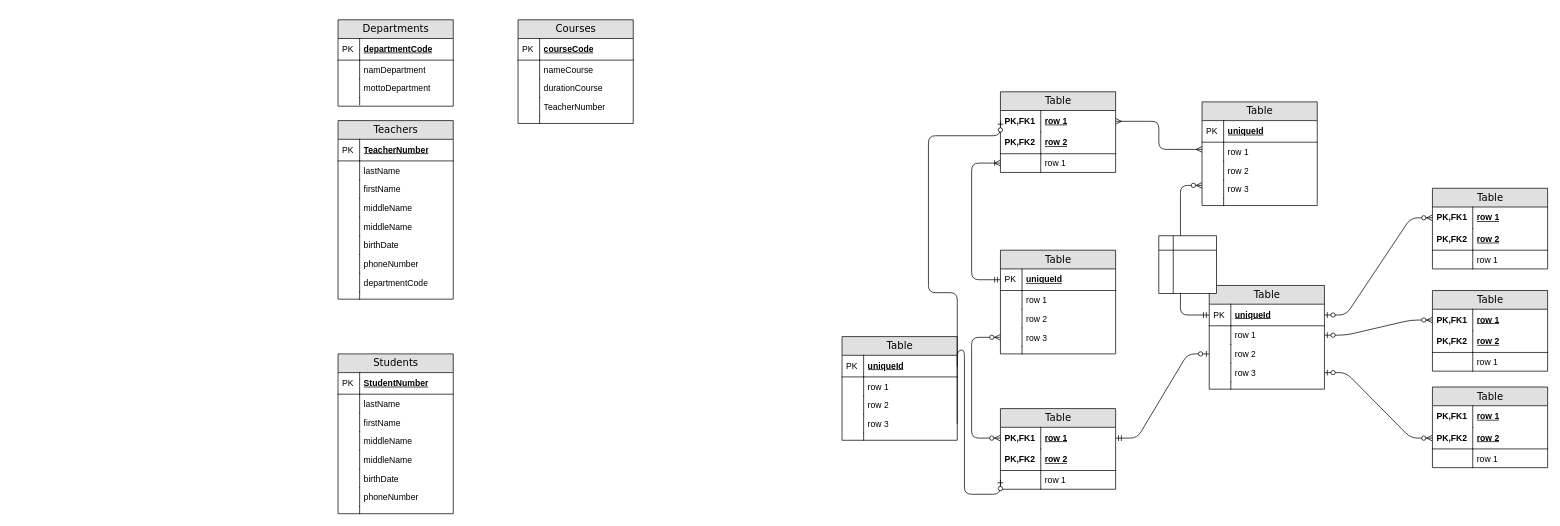
Shookherr/Skillbox keeps this draw.io diagram as page "Page-1" (1 of 2) of Диаграмма без названия.drawio. Above is the earlier version. Source tidied: cells renumbered, new cells numbered last; positions are measured from the earlier drawing's top-left corner, leaving out a move shared by most shapes. Both pictures are drawn from the tidied source at 72%, with x=0, y=0 at pixel (338, 19).
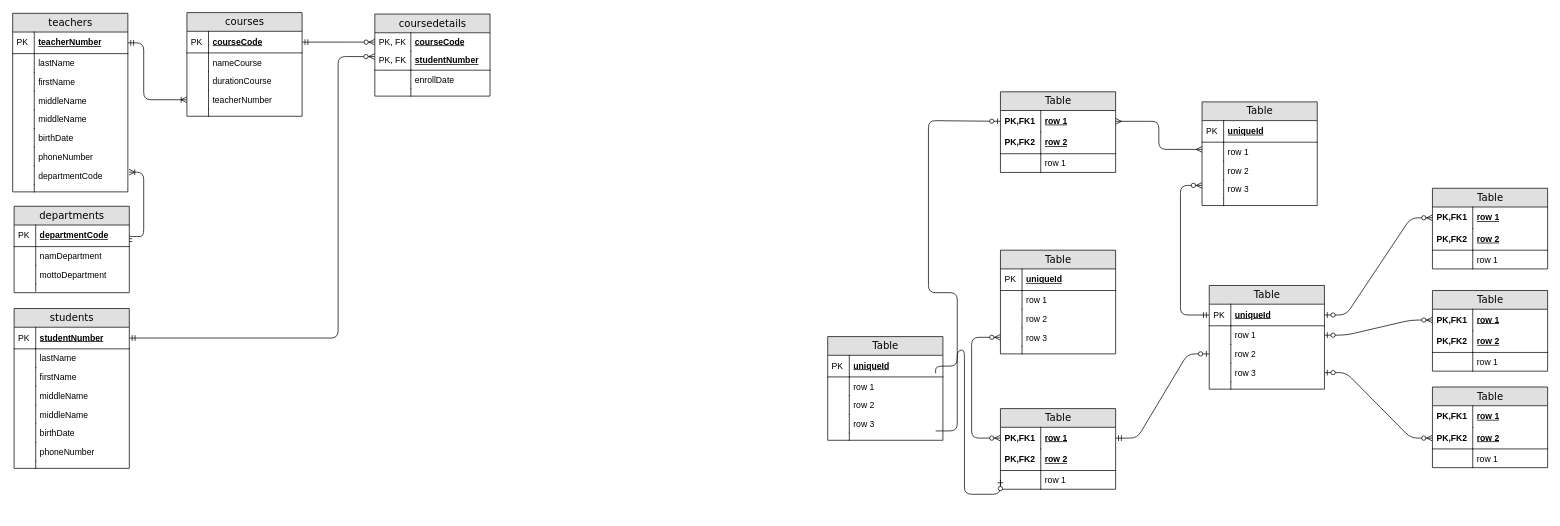
After the change.

Unchanged cells that the change refers to:
```xml
<mxCell id="3" value="row 1" style="shape=partialRectangle;top=0;left=0;right=0;bottom=0;html=1;align=left;verticalAlign=middle;fillColor=none;spacingLeft=60;spacingRight=4;whiteSpace=wrap;overflow=hidden;points=[[0,0.5],[1,0.5]];portConstraint=eastwest;fontStyle=5;" parent="2" vertex="1">
  <mxGeometry y="26" width="160" height="30" as="geometry" />
</mxCell>
<mxCell id="7" value="row 1" style="shape=partialRectangle;top=0;left=0;right=0;bottom=0;html=1;align=left;verticalAlign=top;fillColor=none;spacingLeft=60;spacingRight=4;whiteSpace=wrap;overflow=hidden;points=[[0,0.5],[1,0.5]];portConstraint=eastwest;" parent="2" vertex="1">
  <mxGeometry y="86" width="160" height="26" as="geometry" />
</mxCell>
<mxCell id="21" value="uniqueId" style="shape=partialRectangle;top=0;left=0;right=0;bottom=1;html=1;align=left;verticalAlign=middle;fillColor=none;spacingLeft=34;spacingRight=4;whiteSpace=wrap;overflow=hidden;points=[[0,0.5],[1,0.5]];portConstraint=eastwest;fontStyle=5;" parent="20" vertex="1">
  <mxGeometry y="26" width="160" height="30" as="geometry" />
</mxCell>
<mxCell id="54" value="row 1" style="shape=partialRectangle;top=0;left=0;right=0;bottom=0;html=1;align=left;verticalAlign=top;fillColor=none;spacingLeft=60;spacingRight=4;whiteSpace=wrap;overflow=hidden;points=[[0,0.5],[1,0.5]];portConstraint=eastwest;" parent="49" vertex="1">
  <mxGeometry y="86" width="160" height="26" as="geometry" />
</mxCell>
<mxCell id="79" value="uniqueId" style="shape=partialRectangle;top=0;left=0;right=0;bottom=1;html=1;align=left;verticalAlign=middle;fillColor=none;spacingLeft=34;spacingRight=4;whiteSpace=wrap;overflow=hidden;points=[[0,0.5],[1,0.5]];portConstraint=eastwest;fontStyle=5;" parent="78" vertex="1">
  <mxGeometry y="26" width="160" height="30" as="geometry" />
</mxCell>
<mxCell id="85" value="row 3" style="shape=partialRectangle;top=0;left=0;right=0;bottom=0;html=1;align=left;verticalAlign=top;fillColor=none;spacingLeft=34;spacingRight=4;whiteSpace=wrap;overflow=hidden;points=[[0,0.5],[1,0.5]];portConstraint=eastwest;" parent="78" vertex="1">
  <mxGeometry y="108" width="160" height="26" as="geometry" />
</mxCell>
<mxCell id="93" value="departmentCode" style="shape=partialRectangle;top=0;left=0;right=0;bottom=1;html=1;align=left;verticalAlign=middle;fillColor=none;spacingLeft=34;spacingRight=4;whiteSpace=wrap;overflow=hidden;points=[[0,0.5],[1,0.5]];portConstraint=eastwest;fontStyle=5;" parent="92" vertex="1">
  <mxGeometry y="26" width="160" height="30" as="geometry" />
</mxCell>
<mxCell id="116" value="departmentCode" style="shape=partialRectangle;top=0;left=0;right=0;bottom=0;html=1;align=left;verticalAlign=top;fillColor=none;spacingLeft=34;spacingRight=4;whiteSpace=wrap;overflow=hidden;points=[[0,0.5],[1,0.5]];portConstraint=eastwest;" parent="101" vertex="1">
  <mxGeometry y="212" width="160" height="26" as="geometry" />
</mxCell>
<mxCell id="138" value="courseCode" style="shape=partialRectangle;top=0;left=0;right=0;bottom=1;html=1;align=left;verticalAlign=middle;fillColor=none;spacingLeft=34;spacingRight=4;whiteSpace=wrap;overflow=hidden;points=[[0,0.5],[1,0.5]];portConstraint=eastwest;fontStyle=5;" parent="137" vertex="1">
  <mxGeometry y="26" width="160" height="30" as="geometry" />
</mxCell>
```

Diff of the diagram source:
```diff
@@
-    <mxCell id="56" style="edgeStyle=orthogonalEdgeStyle;html=1;endArrow=ERoneToMany;startArrow=ERmandOne;labelBackgroundColor=none;fontFamily=Verdana;fontSize=14;entryX=0;entryY=0.5;exitX=0;exitY=0.5;" parent="1" edge="1" source="21" target="7">
+    <mxCell id="56" style="edgeStyle=orthogonalEdgeStyle;html=1;endArrow=ERoneToMany;startArrow=ERmandOne;labelBackgroundColor=none;fontFamily=Verdana;fontSize=14;exitX=1;exitY=0.5;exitDx=0;exitDy=0;entryX=1.01;entryY=0.331;entryDx=0;entryDy=0;entryPerimeter=0;" parent="1" edge="1" source="93" target="116">
       <mxGeometry relative="1" as="geometry">
         <Array as="points">
-          <mxPoint x="880" y="361" />
-          <mxPoint x="880" y="199" />
+          <mxPoint x="-269.9" y="301" />
+          <mxPoint x="-269.9" y="211" />
         </Array>
       </mxGeometry>
     </mxCell>
@@
     <mxCell id="78" value="Table" style="swimlane;html=1;fontStyle=0;horizontal=1;startSize=26;fillColor=#e0e0e0;swimlaneFillColor=#ffffff;align=center;rounded=0;shadow=0;comic=0;labelBackgroundColor=none;strokeWidth=1;fontFamily=Verdana;fontSize=14;" parent="1" vertex="1">
-      <mxGeometry x="700" y="440" width="160" height="144" as="geometry" />
+      <mxGeometry x="680.1" y="440" width="160" height="144" as="geometry" />
     </mxCell>
@@
-    <mxCell id="89" style="edgeStyle=orthogonalEdgeStyle;html=1;endArrow=ERzeroToOne;endFill=1;labelBackgroundColor=none;fontFamily=Verdana;fontSize=14;entryX=0;entryY=0.5;exitX=1;exitY=0.5;" parent="1" edge="1" source="79" target="3">
+    <mxCell id="89" style="edgeStyle=orthogonalEdgeStyle;html=1;endArrow=ERzeroToOne;endFill=1;labelBackgroundColor=none;fontFamily=Verdana;fontSize=14;entryX=0;entryY=0.5;exitX=1;exitY=0.5;" parent="1" edge="1" target="3">
       <mxGeometry relative="1" as="geometry">
+        <mxPoint x="830" y="491" as="sourcePoint" />
         <Array as="points">
+          <mxPoint x="860" y="481" />
           <mxPoint x="860" y="379" />
           <mxPoint x="820" y="379" />
-          <mxPoint x="820" y="161" />
-          <mxPoint x="920" y="161" />
+          <mxPoint x="820" y="140" />
+          <mxPoint x="920" y="140" />
         </Array>
       </mxGeometry>
     </mxCell>
-    <mxCell id="90" style="edgeStyle=orthogonalEdgeStyle;html=1;endArrow=ERzeroToOne;endFill=1;labelBackgroundColor=none;fontFamily=Verdana;fontSize=14;entryX=0;entryY=0.5;exitX=1;exitY=0.5;" parent="1" edge="1" source="85" target="54">
+    <mxCell id="90" style="edgeStyle=orthogonalEdgeStyle;html=1;endArrow=ERzeroToOne;endFill=1;labelBackgroundColor=none;fontFamily=Verdana;fontSize=14;entryX=0;entryY=0.5;exitX=1;exitY=0.5;" parent="1" edge="1" target="54">
       <mxGeometry relative="1" as="geometry">
+        <mxPoint x="830" y="571" as="sourcePoint" />
         <Array as="points">
           <mxPoint x="860" y="459" />
           <mxPoint x="870" y="459" />
           <mxPoint x="870" y="659" />
           <mxPoint x="920" y="659" />
         </Array>
       </mxGeometry>
     </mxCell>
-    <mxCell id="91" style="shape=internalStorage;whiteSpace=wrap;html=1;backgroundOutline=1;" parent="1" vertex="1">
-      <mxGeometry x="1140" y="300" width="80" height="80" as="geometry" />
-    </mxCell>
-    <mxCell id="92" value="Departments" style="swimlane;html=1;fontStyle=0;horizontal=1;startSize=26;fillColor=#e0e0e0;swimlaneFillColor=#ffffff;align=center;rounded=0;shadow=0;comic=0;labelBackgroundColor=none;strokeWidth=1;fontFamily=Verdana;fontSize=14;swimlaneLine=1;" parent="1" vertex="1">
-      <mxGeometry width="160" height="120" as="geometry" />
+    <mxCell id="92" value="departments" style="swimlane;html=1;fontStyle=0;horizontal=1;startSize=26;fillColor=#e0e0e0;swimlaneFillColor=#ffffff;align=center;rounded=0;shadow=0;comic=0;labelBackgroundColor=none;strokeWidth=1;fontFamily=Verdana;fontSize=14;swimlaneLine=1;" parent="1" vertex="1">
+      <mxGeometry x="-449.9" y="259" width="160" height="120" as="geometry" />
     </mxCell>
@@
-    <mxCell id="101" value="Teachers" style="swimlane;html=1;fontStyle=0;horizontal=1;startSize=26;fillColor=#e0e0e0;swimlaneFillColor=#ffffff;align=center;rounded=0;shadow=0;comic=0;labelBackgroundColor=none;strokeWidth=1;fontFamily=Verdana;fontSize=14;swimlaneLine=1;" parent="1" vertex="1">
-      <mxGeometry y="140" width="160" height="248" as="geometry" />
+    <mxCell id="101" value="teachers" style="swimlane;html=1;fontStyle=0;horizontal=1;startSize=26;fillColor=#e0e0e0;swimlaneFillColor=#ffffff;align=center;rounded=0;shadow=0;comic=0;labelBackgroundColor=none;strokeWidth=1;fontFamily=Verdana;fontSize=14;swimlaneLine=1;" parent="1" vertex="1">
+      <mxGeometry x="-451.9" y="-9" width="160" height="248" as="geometry" />
     </mxCell>
-    <mxCell id="102" value="TeacherNumber" style="shape=partialRectangle;top=0;left=0;right=0;bottom=1;html=1;align=left;verticalAlign=middle;fillColor=none;spacingLeft=34;spacingRight=4;whiteSpace=wrap;overflow=hidden;points=[[0,0.5],[1,0.5]];portConstraint=eastwest;fontStyle=5;" parent="101" vertex="1">
+    <mxCell id="102" value="teacherNumber" style="shape=partialRectangle;top=0;left=0;right=0;bottom=1;html=1;align=left;verticalAlign=middle;fillColor=none;spacingLeft=34;spacingRight=4;whiteSpace=wrap;overflow=hidden;points=[[0,0.5],[1,0.5]];portConstraint=eastwest;fontStyle=5;" parent="101" vertex="1">
       <mxGeometry y="26" width="160" height="30" as="geometry" />
     </mxCell>
@@
-    <mxCell id="120" value="Students" style="swimlane;html=1;fontStyle=0;horizontal=1;startSize=26;fillColor=#e0e0e0;swimlaneFillColor=#ffffff;align=center;rounded=0;shadow=0;comic=0;labelBackgroundColor=none;strokeWidth=1;fontFamily=Verdana;fontSize=14;swimlaneLine=1;" parent="1" vertex="1">
-      <mxGeometry y="464" width="160" height="222" as="geometry" />
+    <mxCell id="120" value="students" style="swimlane;html=1;fontStyle=0;horizontal=1;startSize=26;fillColor=#e0e0e0;swimlaneFillColor=#ffffff;align=center;rounded=0;shadow=0;comic=0;labelBackgroundColor=none;strokeWidth=1;fontFamily=Verdana;fontSize=14;swimlaneLine=1;" parent="1" vertex="1">
+      <mxGeometry x="-449.9" y="401" width="160" height="222" as="geometry" />
     </mxCell>
-    <mxCell id="121" value="StudentNumber" style="shape=partialRectangle;top=0;left=0;right=0;bottom=1;html=1;align=left;verticalAlign=middle;fillColor=none;spacingLeft=34;spacingRight=4;whiteSpace=wrap;overflow=hidden;points=[[0,0.5],[1,0.5]];portConstraint=eastwest;fontStyle=5;" parent="120" vertex="1">
+    <mxCell id="121" value="studentNumber" style="shape=partialRectangle;top=0;left=0;right=0;bottom=1;html=1;align=left;verticalAlign=middle;fillColor=none;spacingLeft=34;spacingRight=4;whiteSpace=wrap;overflow=hidden;points=[[0,0.5],[1,0.5]];portConstraint=eastwest;fontStyle=5;" parent="120" vertex="1">
       <mxGeometry y="26" width="160" height="30" as="geometry" />
     </mxCell>
@@
-    <mxCell id="137" value="Courses" style="swimlane;html=1;fontStyle=0;horizontal=1;startSize=26;fillColor=#e0e0e0;swimlaneFillColor=#ffffff;align=center;rounded=0;shadow=0;comic=0;labelBackgroundColor=none;strokeWidth=1;fontFamily=Verdana;fontSize=14;swimlaneLine=1;" parent="1" vertex="1">
-      <mxGeometry x="250" width="160" height="144" as="geometry" />
+    <mxCell id="137" value="courses" style="swimlane;html=1;fontStyle=0;horizontal=1;startSize=26;fillColor=#e0e0e0;swimlaneFillColor=#ffffff;align=center;rounded=0;shadow=0;comic=0;labelBackgroundColor=none;strokeWidth=1;fontFamily=Verdana;fontSize=14;swimlaneLine=1;" parent="1" vertex="1">
+      <mxGeometry x="-209.9" y="-10" width="160" height="144" as="geometry" />
     </mxCell>
@@
-    <mxCell id="144" value="TeacherNumber" style="shape=partialRectangle;top=0;left=0;right=0;bottom=0;html=1;align=left;verticalAlign=top;fillColor=none;spacingLeft=34;spacingRight=4;whiteSpace=wrap;overflow=hidden;points=[[0,0.5],[1,0.5]];portConstraint=eastwest;" parent="137" vertex="1">
+    <mxCell id="144" value="teacherNumber" style="shape=partialRectangle;top=0;left=0;right=0;bottom=0;html=1;align=left;verticalAlign=top;fillColor=none;spacingLeft=34;spacingRight=4;whiteSpace=wrap;overflow=hidden;points=[[0,0.5],[1,0.5]];portConstraint=eastwest;" parent="137" vertex="1">
       <mxGeometry y="108" width="160" height="26" as="geometry" />
     </mxCell>
@@
+    <mxCell id="148" value="coursedetails" style="swimlane;html=1;fontStyle=0;horizontal=1;startSize=26;fillColor=#e0e0e0;swimlaneFillColor=#ffffff;align=center;rounded=0;shadow=0;comic=0;labelBackgroundColor=none;strokeWidth=1;fontFamily=Verdana;fontSize=14;swimlaneLine=1;" parent="1" vertex="1">
+      <mxGeometry x="51.1" y="-8" width="160" height="114" as="geometry" />
+    </mxCell>
+    <mxCell id="149" value="courseCode" style="shape=partialRectangle;top=0;left=0;right=0;bottom=1;html=1;align=left;verticalAlign=middle;fillColor=none;spacingLeft=54;spacingRight=4;whiteSpace=wrap;overflow=hidden;points=[[0,0.5],[1,0.5]];portConstraint=eastwest;fontStyle=5;strokeColor=none;" parent="148" vertex="1">
+      <mxGeometry y="26" width="160" height="26" as="geometry" />
+    </mxCell>
+    <mxCell id="150" value="PK, FK" style="shape=partialRectangle;top=0;left=0;bottom=0;html=1;fillColor=none;align=left;verticalAlign=middle;spacingLeft=4;spacingRight=4;whiteSpace=wrap;overflow=hidden;" parent="149" vertex="1">
+      <mxGeometry width="50" height="26" as="geometry" />
+    </mxCell>
+    <mxCell id="151" value="studentNumber" style="shape=partialRectangle;top=0;left=0;right=0;bottom=1;html=1;align=left;verticalAlign=middle;fillColor=none;spacingLeft=54;spacingRight=4;whiteSpace=wrap;overflow=hidden;points=[[0,0.5],[1,0.5]];portConstraint=eastwest;fontStyle=5;" parent="148" vertex="1">
+      <mxGeometry y="52" width="160" height="26" as="geometry" />
+    </mxCell>
+    <mxCell id="152" value="PK, FK" style="shape=partialRectangle;top=0;left=0;bottom=0;html=1;fillColor=none;align=left;verticalAlign=middle;spacingLeft=4;spacingRight=4;whiteSpace=wrap;overflow=hidden;" parent="151" vertex="1">
+      <mxGeometry width="50" height="26" as="geometry" />
+    </mxCell>
+    <mxCell id="153" value="enrollDate" style="shape=partialRectangle;top=0;left=0;right=0;bottom=0;html=1;align=left;verticalAlign=top;fillColor=none;spacingLeft=54;spacingRight=4;whiteSpace=wrap;overflow=hidden;" parent="148" vertex="1">
+      <mxGeometry y="78" width="160" height="26" as="geometry" />
+    </mxCell>
+    <mxCell id="154" style="shape=partialRectangle;top=0;left=0;bottom=0;html=1;fillColor=none;align=left;verticalAlign=top;spacingLeft=4;spacingRight=4;whiteSpace=wrap;overflow=hidden;" parent="153" vertex="1">
+      <mxGeometry width="50" height="26" as="geometry" />
+    </mxCell>
+    <mxCell id="155" style="shape=partialRectangle;top=0;left=0;right=0;bottom=0;html=1;align=left;verticalAlign=top;fillColor=none;spacingLeft=34;spacingRight=4;whiteSpace=wrap;overflow=hidden;" parent="148" vertex="1">
+      <mxGeometry y="104" width="160" height="10" as="geometry" />
+    </mxCell>
+    <mxCell id="156" style="shape=partialRectangle;top=0;left=0;bottom=0;html=1;fillColor=none;align=left;verticalAlign=top;spacingLeft=4;spacingRight=4;whiteSpace=wrap;overflow=hidden;" parent="155" vertex="1">
+      <mxGeometry width="50" height="10" as="geometry" />
+    </mxCell>
+    <mxCell id="157" style="edgeStyle=orthogonalEdgeStyle;html=1;endArrow=ERoneToMany;startArrow=ERmandOne;labelBackgroundColor=none;fontFamily=Verdana;fontSize=14;exitX=1;exitY=0.5;exitDx=0;exitDy=0;" parent="1" edge="1" source="102" target="144">
+      <mxGeometry relative="1" as="geometry">
+        <Array as="points">
+          <mxPoint x="-269.9" y="32" />
+          <mxPoint x="-269.9" y="111" />
+        </Array>
+      </mxGeometry>
+    </mxCell>
+    <mxCell id="158" style="edgeStyle=orthogonalEdgeStyle;html=1;endArrow=ERzeroToMany;startArrow=ERmandOne;labelBackgroundColor=none;fontFamily=Verdana;fontSize=14;exitX=1;exitY=0.5;exitDx=0;exitDy=0;entryX=0;entryY=0.5;entryDx=0;entryDy=0;" parent="1" edge="1" source="138" target="149">
+      <mxGeometry relative="1" as="geometry">
+        <Array as="points">
+          <mxPoint x="20.1" y="31" />
+          <mxPoint x="20.1" y="31" />
+        </Array>
+      </mxGeometry>
+    </mxCell>
+    <mxCell id="159" style="edgeStyle=orthogonalEdgeStyle;html=1;endArrow=ERzeroToMany;startArrow=ERmandOne;labelBackgroundColor=none;fontFamily=Verdana;fontSize=14;exitX=1;exitY=0.5;exitDx=0;exitDy=0;entryX=-0.002;entryY=0.272;entryDx=0;entryDy=0;entryPerimeter=0;" parent="1" edge="1" source="121" target="151">
+      <mxGeometry relative="1" as="geometry">
+        <Array as="points">
+          <mxPoint x="0.1" y="442" />
+          <mxPoint x="0.1" y="51" />
+        </Array>
+      </mxGeometry>
+    </mxCell>
```
